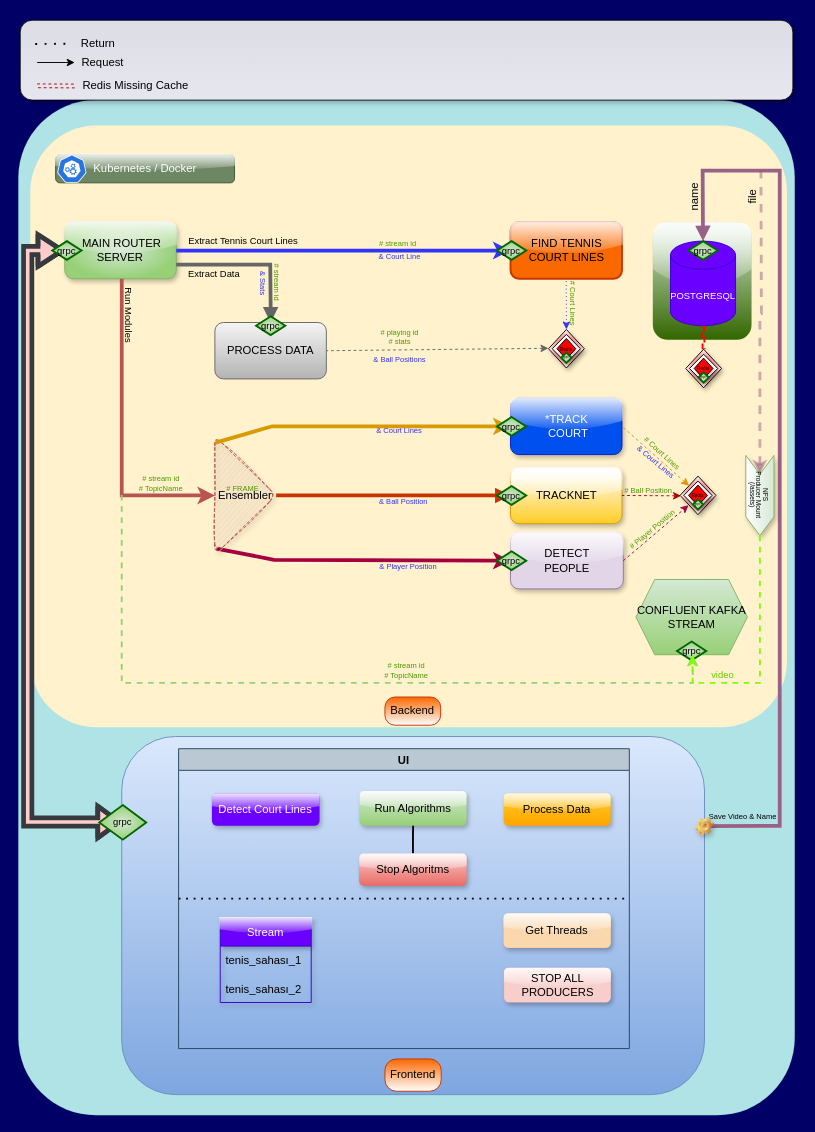
The draw.io diagram page "TennisAOS" (1 of 5) of drawio/tennis_docker.drawio in blitzkrieg0000/TennisAOS, before the edit. Source tidied: cells renumbered, new cells numbered last; positions are measured from the earlier drawing's top-left corner, leaving out a move shared by most shapes. Both pictures are drawn from the tidied source at 94%, with x=0, y=0 at pixel (18, 20).
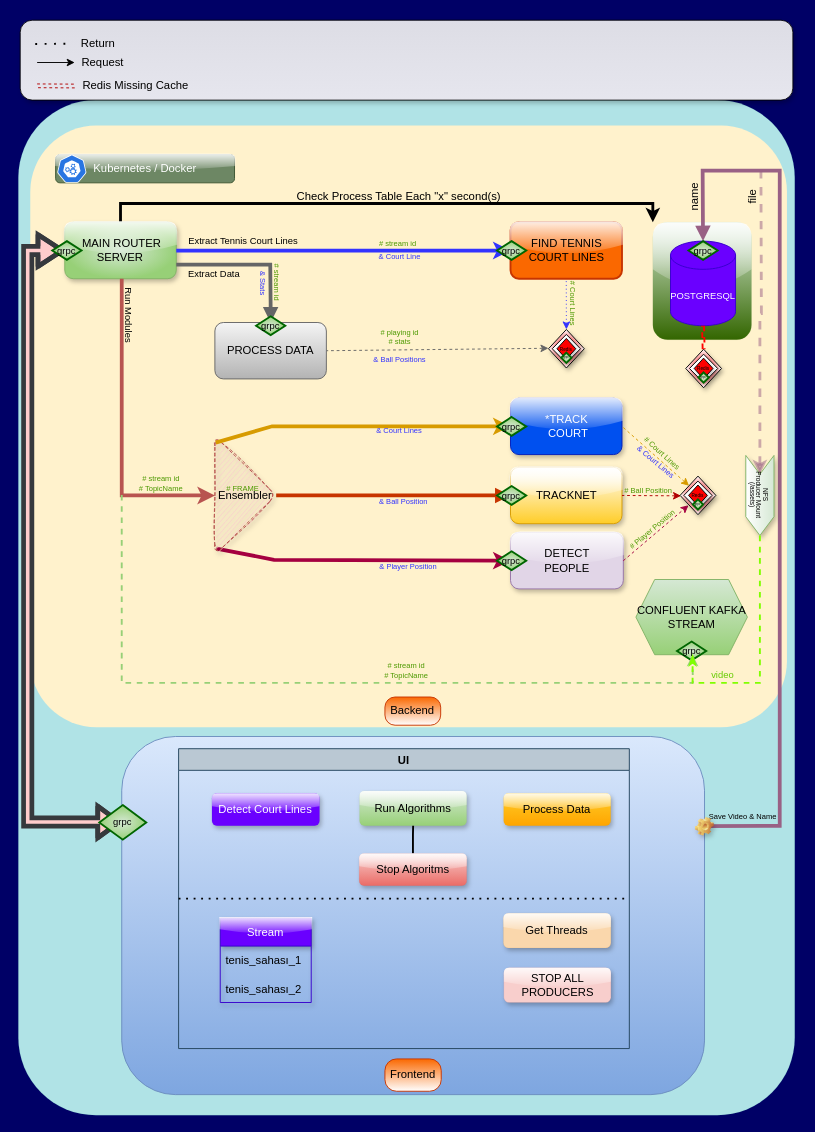
The same diagram, later.

Unchanged cells that the change refers to:
```xml
<mxCell id="13" style="rounded=1;whiteSpace=wrap;html=1;glass=1;strokeWidth=0;fillColor=#d5e8d4;gradientColor=#336600;strokeColor=#82b366;shadow=0;swimlaneLine=1;" parent="1" vertex="1">
  <mxGeometry x="675" y="215" width="105" height="125" as="geometry" />
</mxCell>
<mxCell id="16" value="&amp;nbsp;MAIN ROUTER SERVER" style="rounded=1;whiteSpace=wrap;html=1;fillColor=#d5e8d4;strokeColor=#82b366;gradientColor=#97d077;glass=1;sketch=0;shadow=1;gradientDirection=radial;swimlaneLine=1;" parent="1" vertex="1">
  <mxGeometry x="49.4" y="215" width="118.6" height="60" as="geometry" />
</mxCell>
```

What changed in the source:
```diff
@@
+    <mxCell id="113" style="edgeStyle=orthogonalEdgeStyle;rounded=0;jettySize=auto;html=1;entryX=0;entryY=0;entryDx=0;entryDy=0;strokeWidth=3;" parent="1" edge="1" source="16" target="13">
+      <mxGeometry relative="1" as="geometry">
+        <Array as="points">
+          <mxPoint x="109" y="195" />
+          <mxPoint x="675" y="195" />
+        </Array>
+      </mxGeometry>
+    </mxCell>
@@
+    <mxCell id="114" value="Check Process Table Each &quot;x&quot; second(s)" style="text;html=1;strokeColor=none;fillColor=none;align=center;verticalAlign=middle;whiteSpace=wrap;rounded=0;" parent="1" vertex="1">
+      <mxGeometry x="290.3" y="173" width="230" height="30" as="geometry" />
+    </mxCell>
```
